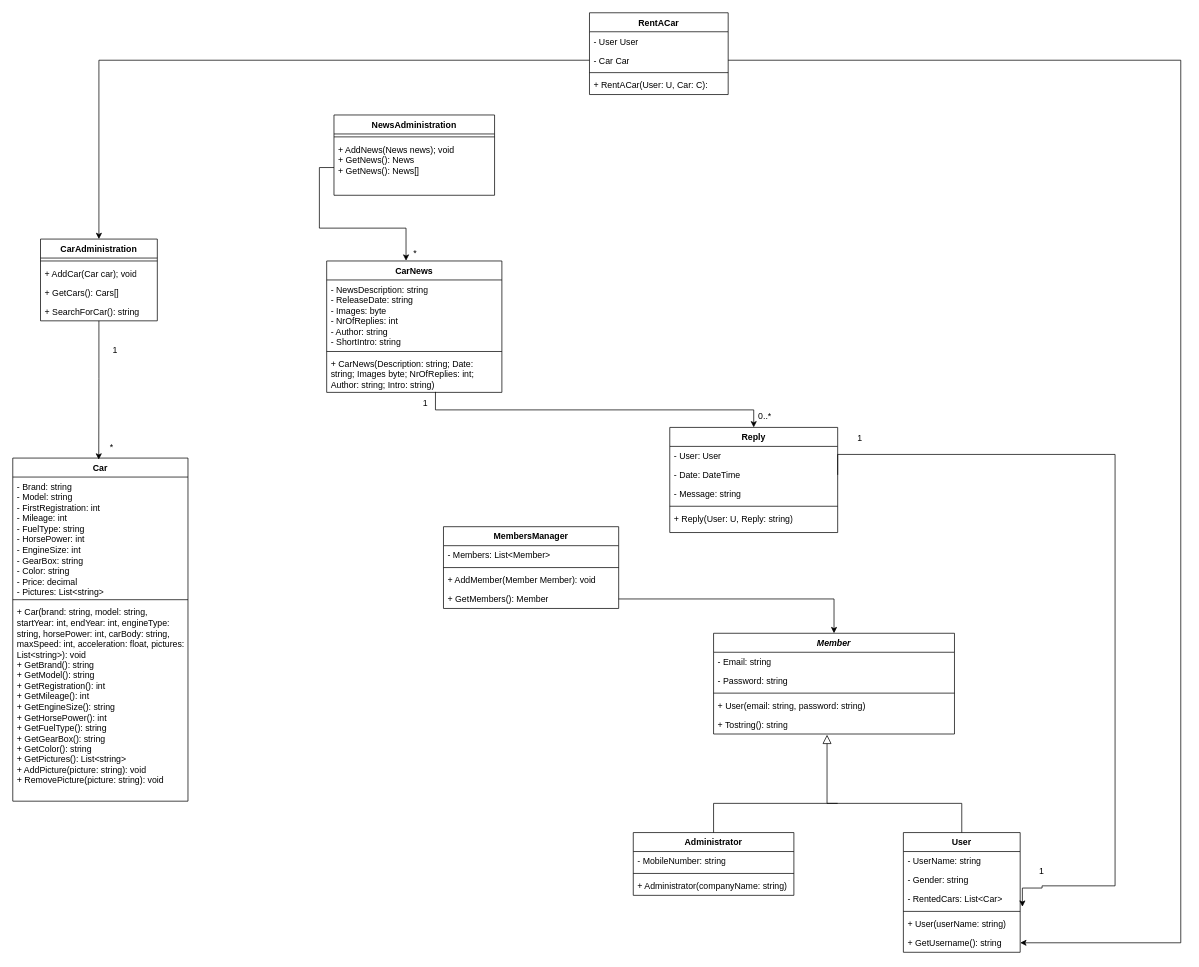
This is UML/UML diagram.drawio from AtanasDimitrov12/The-world-of-cars, a draw.io file, before an edit. Source tidied: cells renumbered, new cells numbered last; positions are measured from the earlier drawing's top-left corner, leaving out a move shared by most shapes. Both pictures are drawn from the tidied source at 73%, with x=0, y=0 at pixel (12, 12).
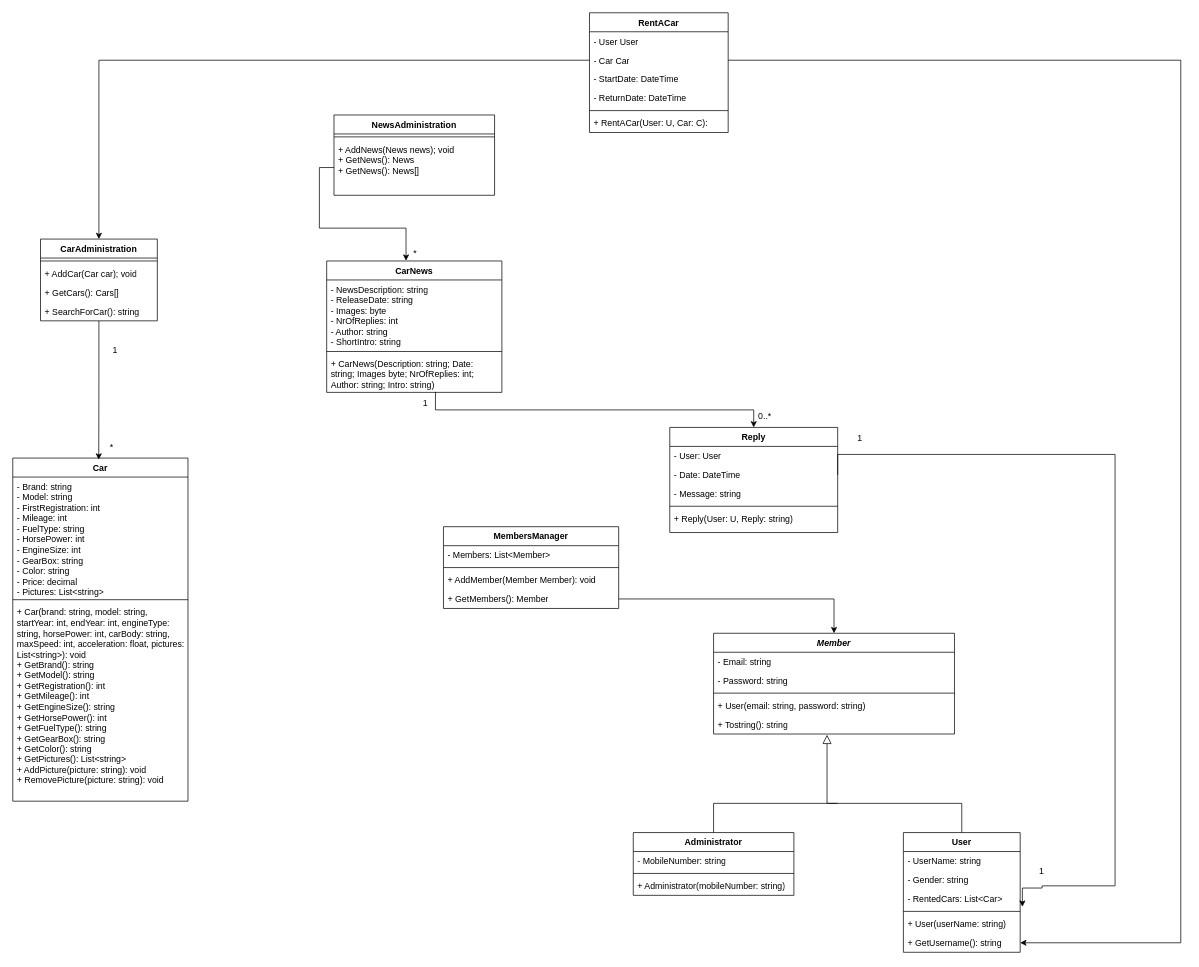
Above is the later version.

The change refers to these unchanged cells:
```xml
<mxCell id="29" value="Administrator" style="swimlane;fontStyle=1;align=center;verticalAlign=top;horizontal=1;startSize=26;whiteSpace=wrap;html=1;" parent="1" vertex="1">
  <mxGeometry x="850" y="1123" width="220" height="86" as="geometry" />
</mxCell>
```

What changed in the source:
```diff
@@
-    <mxCell id="32" value="+ Administrator(companyName: string)" style="text;strokeColor=none;fillColor=none;align=left;verticalAlign=top;spacingLeft=4;spacingRight=4;overflow=hidden;whiteSpace=wrap;html=1;" parent="29" vertex="1">
+    <mxCell id="32" value="+ Administrator(mobileNumber: string)" style="text;strokeColor=none;fillColor=none;align=left;verticalAlign=top;spacingLeft=4;spacingRight=4;overflow=hidden;whiteSpace=wrap;html=1;" parent="29" vertex="1">
       <mxGeometry y="60" width="220" height="26" as="geometry" />
     </mxCell>
@@
     <mxCell id="61" value="RentACar" style="swimlane;fontStyle=1;align=center;verticalAlign=top;horizontal=1;startSize=26;whiteSpace=wrap;html=1;" parent="1" vertex="1">
-      <mxGeometry x="790" width="190" height="112" as="geometry" />
+      <mxGeometry x="790" width="190" height="164" as="geometry" />
     </mxCell>
@@
+    <mxCell id="68" value="- StartDate: DateTime" style="text;strokeColor=none;fillColor=none;align=left;verticalAlign=top;spacingLeft=4;spacingRight=4;overflow=hidden;whiteSpace=wrap;html=1;" parent="61" vertex="1">
+      <mxGeometry y="78" width="190" height="26" as="geometry" />
+    </mxCell>
+    <mxCell id="69" value="- ReturnDate: DateTime" style="text;strokeColor=none;fillColor=none;align=left;verticalAlign=top;spacingLeft=4;spacingRight=4;overflow=hidden;whiteSpace=wrap;html=1;" parent="61" vertex="1">
+      <mxGeometry y="104" width="190" height="26" as="geometry" />
+    </mxCell>
     <mxCell id="64" style="line;strokeWidth=1;fillColor=none;align=left;verticalAlign=middle;spacingTop=-1;spacingLeft=3;spacingRight=3;labelPosition=right;strokeColor=inherit;" parent="61" vertex="1">
-      <mxGeometry y="78" width="190" height="8" as="geometry" />
+      <mxGeometry y="130" width="190" height="8" as="geometry" />
     </mxCell>
     <mxCell id="65" value="+ RentACar(User: U, Car: C):&amp;nbsp;" style="text;strokeColor=none;fillColor=none;align=left;verticalAlign=top;spacingLeft=4;spacingRight=4;overflow=hidden;whiteSpace=wrap;html=1;" parent="61" vertex="1">
-      <mxGeometry y="86" width="190" height="26" as="geometry" />
+      <mxGeometry y="138" width="190" height="26" as="geometry" />
     </mxCell>
```
